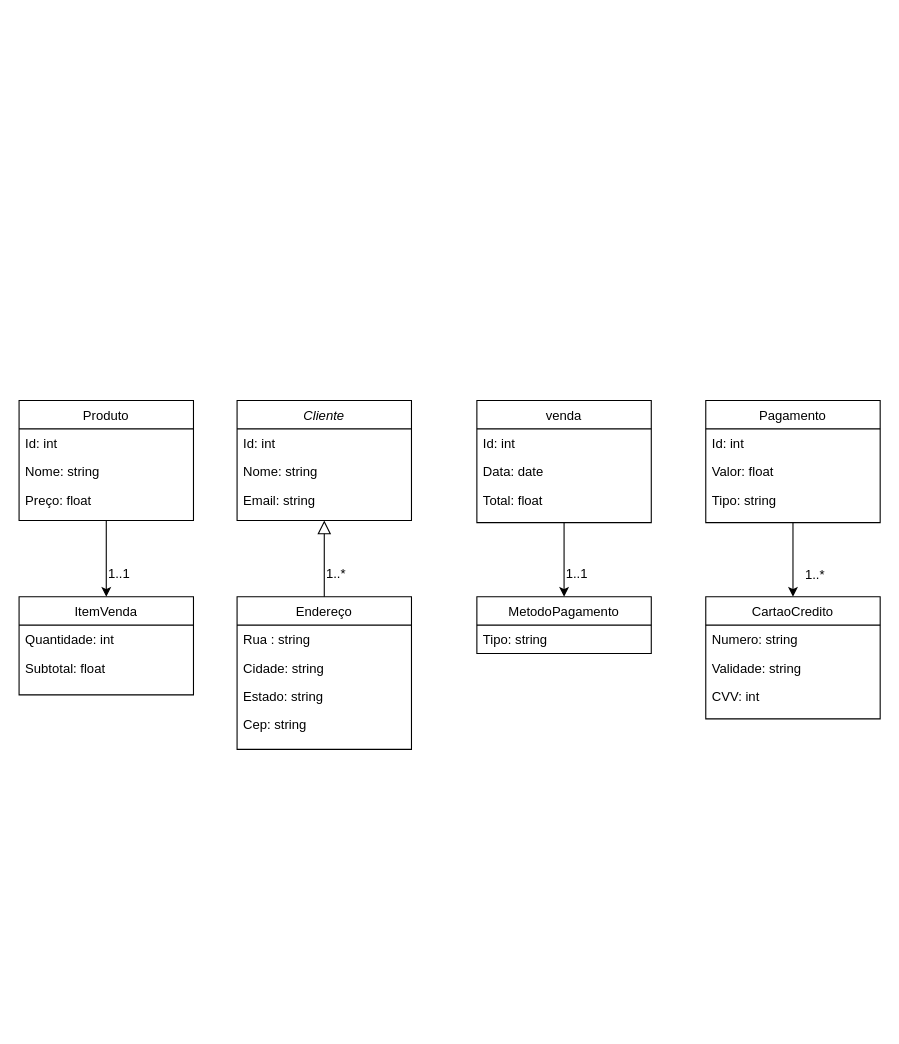
Earlier version of the draw.io diagram Diagrama sem nome.drawio (Brunoborgescarvalho/Projeto-Sonho). Source tidied: cells renumbered, new cells numbered last; positions are measured from the earlier drawing's top-left corner, leaving out a move shared by most shapes. Both pictures are drawn from the tidied source at 109%, with x=0, y=0 at pixel (19, 400).
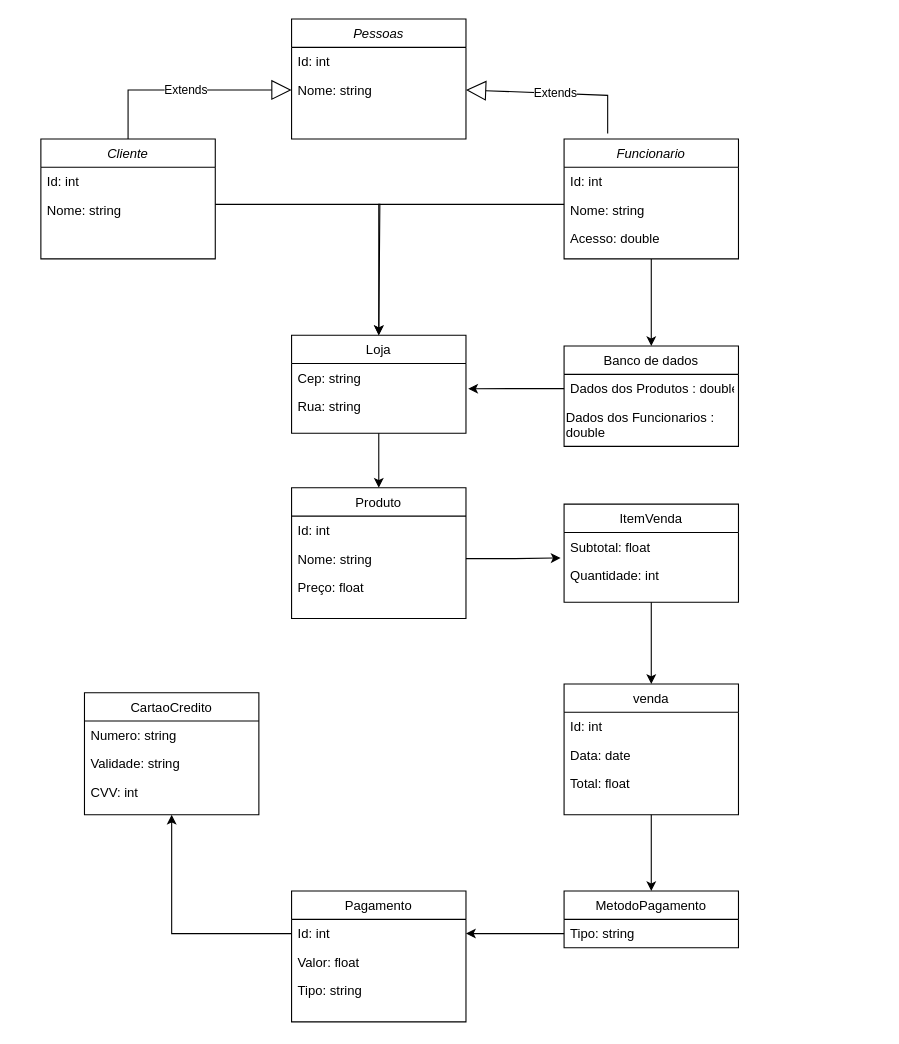
The same page after the edit.

The change refers to these unchanged cells:
```xml
<mxCell id="4" value="Nome: string" style="text;align=left;verticalAlign=top;spacingLeft=4;spacingRight=4;overflow=hidden;points=[[0,0.5],[1,0.5]];portConstraint=eastwest;rounded=0;shadow=0;html=0;" parent="2" vertex="1">
  <mxGeometry y="52" width="160" height="26" as="geometry" />
</mxCell>
<mxCell id="23" value="Nome: string" style="text;align=left;verticalAlign=top;spacingLeft=4;spacingRight=4;overflow=hidden;points=[[0,0.5],[1,0.5]];portConstraint=eastwest;rounded=0;shadow=0;html=0;" parent="21" vertex="1">
  <mxGeometry y="52" width="160" height="26" as="geometry" />
</mxCell>
<mxCell id="26" value="Tipo: string" style="text;align=left;verticalAlign=top;spacingLeft=4;spacingRight=4;overflow=hidden;points=[[0,0.5],[1,0.5]];portConstraint=eastwest;" parent="25" vertex="1">
  <mxGeometry y="26" width="160" height="26" as="geometry" />
</mxCell>
<mxCell id="29" value="Id: int" style="text;align=left;verticalAlign=top;spacingLeft=4;spacingRight=4;overflow=hidden;points=[[0,0.5],[1,0.5]];portConstraint=eastwest;" parent="28" vertex="1">
  <mxGeometry y="26" width="160" height="26" as="geometry" />
</mxCell>
```

What changed in the source:
```diff
@@
     <mxCell id="2" value="Cliente" style="swimlane;fontStyle=2;align=center;verticalAlign=top;horizontal=1;startSize=26;rounded=0;shadow=0;strokeWidth=1;" parent="1" vertex="1">
-      <mxGeometry x="200" width="160" height="110" as="geometry" />
+      <mxGeometry x="20" y="-240" width="160" height="110" as="geometry" />
     </mxCell>
@@
-    <mxCell id="5" value="Email: string" style="text;align=left;verticalAlign=top;spacingLeft=4;spacingRight=4;overflow=hidden;rounded=0;shadow=0;html=0;" parent="2" vertex="1">
-      <mxGeometry y="78" width="160" height="26" as="geometry" />
-    </mxCell>
+    <mxCell id="40" style="edgeStyle=orthogonalEdgeStyle;rounded=0;jettySize=auto;html=1;entryX=0.5;entryY=0;entryDx=0;entryDy=0;" parent="1" edge="1" source="6" target="16">
+      <mxGeometry relative="1" as="geometry" />
+    </mxCell>
     <mxCell id="6" value="ItemVenda" style="swimlane;fontStyle=0;align=center;verticalAlign=top;horizontal=1;startSize=26;rounded=0;shadow=0;strokeWidth=1;" parent="1" vertex="1">
-      <mxGeometry y="180" width="160" height="90" as="geometry" />
+      <mxGeometry x="500" y="95" width="160" height="90" as="geometry" />
     </mxCell>
+    <mxCell id="8" value="Subtotal: float" style="text;align=left;verticalAlign=top;spacingLeft=4;spacingRight=4;overflow=hidden;points=[[0,0.5],[1,0.5]];portConstraint=eastwest;rounded=0;shadow=0;html=0;" parent="6" vertex="1">
+      <mxGeometry y="26" width="160" height="26" as="geometry" />
+    </mxCell>
     <mxCell id="7" value="Quantidade: int" style="text;align=left;verticalAlign=top;spacingLeft=4;spacingRight=4;overflow=hidden;" parent="6" vertex="1">
-      <mxGeometry y="26" width="160" height="26" as="geometry" />
+      <mxGeometry y="52" width="160" height="26" as="geometry" />
     </mxCell>
-    <mxCell id="8" value="Subtotal: float" style="text;align=left;verticalAlign=top;spacingLeft=4;spacingRight=4;overflow=hidden;points=[[0,0.5],[1,0.5]];portConstraint=eastwest;rounded=0;shadow=0;html=0;" parent="6" vertex="1">
-      <mxGeometry y="52" width="160" height="26" as="geometry" />
-    </mxCell>
+    <mxCell id="41" style="edgeStyle=orthogonalEdgeStyle;rounded=0;jettySize=auto;html=1;exitX=0.5;exitY=1;exitDx=0;exitDy=0;entryX=0.5;entryY=0;entryDx=0;entryDy=0;" parent="1" edge="1" source="9" target="21">
+      <mxGeometry relative="1" as="geometry" />
+    </mxCell>
-    <mxCell id="9" value="Endereço" style="swimlane;fontStyle=0;align=center;verticalAlign=top;horizontal=1;startSize=26;rounded=0;shadow=0;strokeWidth=1;" parent="1" vertex="1">
-      <mxGeometry x="200" y="180" width="160" height="140" as="geometry" />
+    <mxCell id="9" value="Loja" style="swimlane;fontStyle=0;align=center;verticalAlign=top;horizontal=1;startSize=26;rounded=0;shadow=0;strokeWidth=1;" parent="1" vertex="1">
+      <mxGeometry x="250" y="-60" width="160" height="90" as="geometry" />
     </mxCell>
-    <mxCell id="10" value="Rua : string&#10;" style="text;align=left;verticalAlign=top;spacingLeft=4;spacingRight=4;overflow=hidden;" parent="9" vertex="1">
+    <mxCell id="10" value="Cep: string" style="text;align=left;verticalAlign=top;spacingLeft=4;spacingRight=4;overflow=hidden;" parent="9" vertex="1">
       <mxGeometry y="26" width="160" height="26" as="geometry" />
     </mxCell>
-    <mxCell id="11" value="Cidade: string&#10;" style="text;align=left;verticalAlign=top;spacingLeft=4;spacingRight=4;overflow=hidden;points=[[0,0.5],[1,0.5]];portConstraint=eastwest;" parent="9" vertex="1">
+    <mxCell id="11" value="Rua: string" style="text;align=left;verticalAlign=top;spacingLeft=4;spacingRight=4;overflow=hidden;points=[[0,0.5],[1,0.5]];portConstraint=eastwest;" parent="9" vertex="1">
       <mxGeometry y="52" width="160" height="26" as="geometry" />
     </mxCell>
-    <mxCell id="12" value="Estado: string" style="text;align=left;verticalAlign=top;spacingLeft=4;spacingRight=4;overflow=hidden;" parent="9" vertex="1">
-      <mxGeometry y="78" width="160" height="26" as="geometry" />
-    </mxCell>
-    <mxCell id="13" value="Cep: string" style="text;align=left;verticalAlign=top;spacingLeft=4;spacingRight=4;overflow=hidden;" parent="9" vertex="1">
-      <mxGeometry y="104" width="160" height="26" as="geometry" />
-    </mxCell>
-    <mxCell id="14" style="endArrow=block;endSize=10;endFill=0;shadow=0;strokeWidth=1;rounded=0;edgeStyle=elbowEdgeStyle;elbow=vertical;" parent="1" edge="1" source="9" target="2">
-      <mxGeometry relative="1" as="geometry" />
-    </mxCell>
@@
     <mxCell id="16" value="venda" style="swimlane;fontStyle=0;align=center;verticalAlign=top;horizontal=1;startSize=26;rounded=0;shadow=0;strokeWidth=1;" parent="1" vertex="1">
-      <mxGeometry x="420" width="160" height="112" as="geometry" />
+      <mxGeometry x="500" y="260" width="160" height="120" as="geometry" />
     </mxCell>
@@
-    <mxCell id="20" style="edgeStyle=orthogonalEdgeStyle;rounded=0;jettySize=auto;html=1;entryX=0.5;entryY=0;entryDx=0;entryDy=0;" parent="1" edge="1" source="21" target="6">
-      <mxGeometry relative="1" as="geometry" />
-    </mxCell>
     <mxCell id="21" value="Produto" style="swimlane;fontStyle=0;align=center;verticalAlign=top;horizontal=1;startSize=26;rounded=0;shadow=0;strokeWidth=1;" parent="1" vertex="1">
-      <mxGeometry width="160" height="110" as="geometry" />
+      <mxGeometry x="250" y="80" width="160" height="120" as="geometry" />
     </mxCell>
@@
     <mxCell id="25" value="MetodoPagamento" style="swimlane;fontStyle=0;align=center;verticalAlign=top;horizontal=1;startSize=26;rounded=0;shadow=0;strokeWidth=1;" parent="1" vertex="1">
-      <mxGeometry x="420" y="180" width="160" height="52" as="geometry" />
+      <mxGeometry x="500" y="450" width="160" height="52" as="geometry" />
     </mxCell>
@@
-    <mxCell id="27" style="edgeStyle=orthogonalEdgeStyle;rounded=0;jettySize=auto;html=1;entryX=0.5;entryY=0;entryDx=0;entryDy=0;" parent="1" edge="1" source="28" target="32">
-      <mxGeometry relative="1" as="geometry" />
-    </mxCell>
     <mxCell id="28" value="Pagamento" style="swimlane;fontStyle=0;align=center;verticalAlign=top;horizontal=1;startSize=26;rounded=0;shadow=0;strokeWidth=1;" parent="1" vertex="1">
-      <mxGeometry x="630" width="160" height="112" as="geometry" />
+      <mxGeometry x="250" y="450" width="160" height="120" as="geometry" />
     </mxCell>
@@
     <mxCell id="31" value="Tipo: string" style="text;align=left;verticalAlign=top;spacingLeft=4;spacingRight=4;overflow=hidden;rounded=0;shadow=0;html=0;" parent="28" vertex="1">
-      <mxGeometry y="78" width="160" height="26" as="geometry" />
+      <mxGeometry y="78" width="160" height="42" as="geometry" />
     </mxCell>
     <mxCell id="32" value="CartaoCredito" style="swimlane;fontStyle=0;align=center;verticalAlign=top;horizontal=1;startSize=26;rounded=0;shadow=0;strokeWidth=1;" parent="1" vertex="1">
-      <mxGeometry x="630" y="180" width="160" height="112" as="geometry" />
+      <mxGeometry x="60" y="268" width="160" height="112" as="geometry" />
     </mxCell>
@@
-    <mxCell id="36" value="1..*" style="text;html=1;align=center;verticalAlign=middle;strokeColor=none;fillColor=none;" parent="1" vertex="1">
-      <mxGeometry x="710" y="145" width="40" height="30" as="geometry" />
-    </mxCell>
-    <mxCell id="37" value="1..1" style="text;whiteSpace=wrap;html=1;" parent="1" vertex="1">
-      <mxGeometry x="500" y="145" width="50" height="40" as="geometry" />
-    </mxCell>
-    <mxCell id="38" value="1..*" style="text;whiteSpace=wrap;html=1;" parent="1" vertex="1">
-      <mxGeometry x="280" y="145" width="50" height="40" as="geometry" />
-    </mxCell>
-    <mxCell id="39" value="1..1" style="text;whiteSpace=wrap;html=1;" parent="1" vertex="1">
-      <mxGeometry x="80" y="145" width="50" height="40" as="geometry" />
-    </mxCell>
+    <mxCell id="42" value="Pessoas&#10;" style="swimlane;fontStyle=2;align=center;verticalAlign=top;horizontal=1;startSize=26;rounded=0;shadow=0;strokeWidth=1;" parent="1" vertex="1">
+      <mxGeometry x="250" y="-350" width="160" height="110" as="geometry" />
+    </mxCell>
+    <mxCell id="43" value="Id: int" style="text;align=left;verticalAlign=top;spacingLeft=4;spacingRight=4;overflow=hidden;" parent="42" vertex="1">
+      <mxGeometry y="26" width="160" height="26" as="geometry" />
+    </mxCell>
+    <mxCell id="44" value="Nome: string" style="text;align=left;verticalAlign=top;spacingLeft=4;spacingRight=4;overflow=hidden;points=[[0,0.5],[1,0.5]];portConstraint=eastwest;rounded=0;shadow=0;html=0;" parent="42" vertex="1">
+      <mxGeometry y="52" width="160" height="26" as="geometry" />
+    </mxCell>
+    <mxCell id="45" style="edgeStyle=orthogonalEdgeStyle;rounded=0;jettySize=auto;html=1;" parent="1" edge="1" source="46" target="51">
+      <mxGeometry relative="1" as="geometry" />
+    </mxCell>
+    <mxCell id="46" value="Funcionario" style="swimlane;fontStyle=2;align=center;verticalAlign=top;horizontal=1;startSize=26;rounded=0;shadow=0;strokeWidth=1;" parent="1" vertex="1">
+      <mxGeometry x="500" y="-240" width="160" height="110" as="geometry" />
+    </mxCell>
+    <mxCell id="47" value="Id: int" style="text;align=left;verticalAlign=top;spacingLeft=4;spacingRight=4;overflow=hidden;" parent="46" vertex="1">
+      <mxGeometry y="26" width="160" height="26" as="geometry" />
+    </mxCell>
+    <mxCell id="48" value="Nome: string" style="text;align=left;verticalAlign=top;spacingLeft=4;spacingRight=4;overflow=hidden;points=[[0,0.5],[1,0.5]];portConstraint=eastwest;rounded=0;shadow=0;html=0;" parent="46" vertex="1">
+      <mxGeometry y="52" width="160" height="26" as="geometry" />
+    </mxCell>
+    <mxCell id="49" value="Acesso: double&#10;" style="text;align=left;verticalAlign=top;spacingLeft=4;spacingRight=4;overflow=hidden;rounded=0;shadow=0;html=0;" parent="46" vertex="1">
+      <mxGeometry y="78" width="160" height="26" as="geometry" />
+    </mxCell>
+    <mxCell id="50" style="edgeStyle=orthogonalEdgeStyle;rounded=0;jettySize=auto;html=1;entryX=-0.02;entryY=0.9;entryDx=0;entryDy=0;entryPerimeter=0;" parent="1" edge="1" source="23" target="8">
+      <mxGeometry relative="1" as="geometry" />
+    </mxCell>
+    <mxCell id="51" value="Banco de dados" style="swimlane;fontStyle=0;align=center;verticalAlign=top;horizontal=1;startSize=26;rounded=0;shadow=0;strokeWidth=1;" parent="1" vertex="1">
+      <mxGeometry x="500" y="-50" width="160" height="92" as="geometry" />
+    </mxCell>
+    <mxCell id="52" value="Dados dos Produtos : double" style="text;align=left;verticalAlign=top;spacingLeft=4;spacingRight=4;overflow=hidden;points=[[0,0.5],[1,0.5]];portConstraint=eastwest;" parent="51" vertex="1">
+      <mxGeometry y="26" width="160" height="26" as="geometry" />
+    </mxCell>
+    <mxCell id="53" value="Dados dos Funcionarios : double" style="text;whiteSpace=wrap;html=1;" parent="51" vertex="1">
+      <mxGeometry y="52" width="160" height="40" as="geometry" />
+    </mxCell>
+    <mxCell id="54" style="edgeStyle=orthogonalEdgeStyle;rounded=0;jettySize=auto;html=1;entryX=0.5;entryY=0;entryDx=0;entryDy=0;" parent="1" edge="1" source="4" target="9">
+      <mxGeometry relative="1" as="geometry">
+        <Array as="points">
+          <mxPoint x="331" y="-180" />
+          <mxPoint x="331" y="-60" />
+        </Array>
+      </mxGeometry>
+    </mxCell>
+    <mxCell id="55" style="edgeStyle=orthogonalEdgeStyle;rounded=0;jettySize=auto;html=1;entryX=0.5;entryY=0;entryDx=0;entryDy=0;" parent="1" edge="1" source="48" target="9">
+      <mxGeometry relative="1" as="geometry">
+        <Array as="points">
+          <mxPoint x="330" y="-180" />
+        </Array>
+      </mxGeometry>
+    </mxCell>
+    <mxCell id="56" style="edgeStyle=orthogonalEdgeStyle;rounded=0;jettySize=auto;html=1;entryX=1.013;entryY=-0.111;entryDx=0;entryDy=0;entryPerimeter=0;" parent="1" edge="1" source="52" target="11">
+      <mxGeometry relative="1" as="geometry" />
+    </mxCell>
+    <mxCell id="57" style="edgeStyle=orthogonalEdgeStyle;rounded=0;jettySize=auto;html=1;entryX=1;entryY=0.5;entryDx=0;entryDy=0;" parent="1" edge="1" source="26" target="29">
+      <mxGeometry relative="1" as="geometry" />
+    </mxCell>
+    <mxCell id="58" style="edgeStyle=orthogonalEdgeStyle;rounded=0;jettySize=auto;html=1;entryX=0.5;entryY=1;entryDx=0;entryDy=0;" parent="1" edge="1" source="29" target="32">
+      <mxGeometry relative="1" as="geometry" />
+    </mxCell>
+    <mxCell id="59" value="Extends" style="endArrow=block;endSize=16;endFill=0;html=1;rounded=0;entryX=0;entryY=0.5;entryDx=0;entryDy=0;exitX=0.5;exitY=0;exitDx=0;exitDy=0;" parent="1" edge="1" source="2" target="44">
+      <mxGeometry relative="1" as="geometry">
+        <Array as="points">
+          <mxPoint x="100" y="-285" />
+        </Array>
+      </mxGeometry>
+    </mxCell>
+    <mxCell id="60" value="Extends" style="endArrow=block;endSize=16;endFill=0;html=1;rounded=0;entryX=1;entryY=0.5;entryDx=0;entryDy=0;exitX=0.5;exitY=0;exitDx=0;exitDy=0;" parent="1" edge="1" target="44">
+      <mxGeometry relative="1" as="geometry">
+        <mxPoint x="540" y="-245" as="sourcePoint" />
+        <Array as="points">
+          <mxPoint x="540" y="-280" />
+        </Array>
+      </mxGeometry>
+    </mxCell>
```
